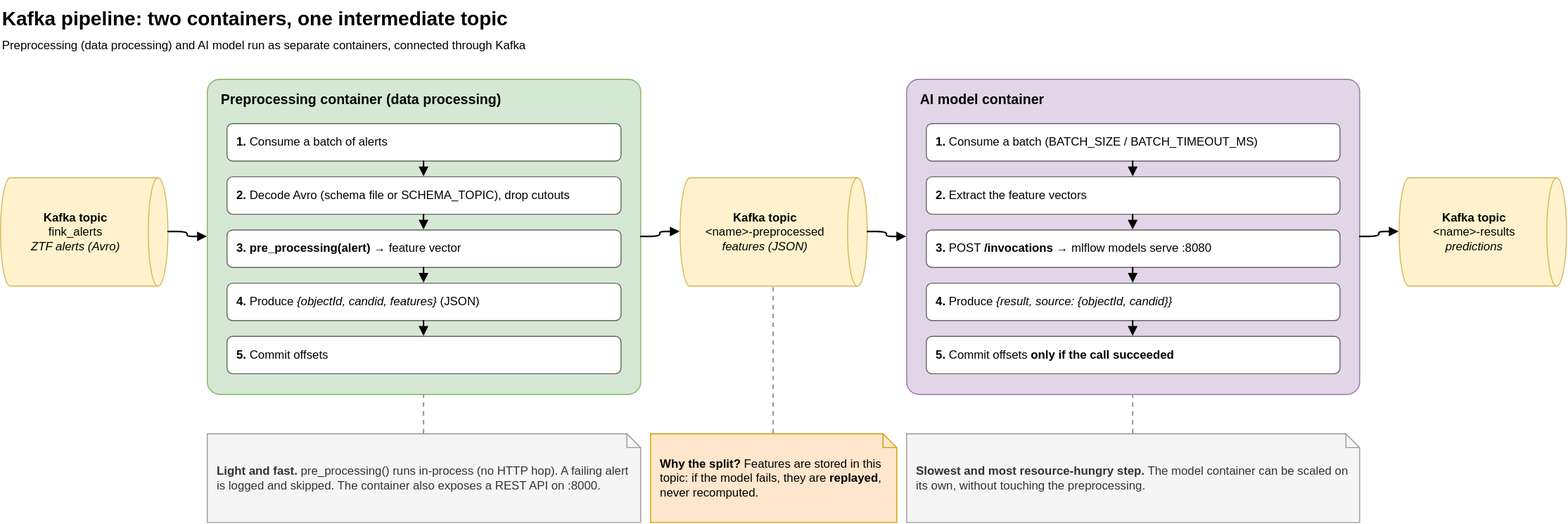
Earlier version of the draw.io export assets/kafka-pipeline.drawio.svg (Farid841/pre_processing-container-generator-from-mlflow). Source tidied: cells renumbered, new cells last; positions are measured from the earlier drawing's top-left corner, leaving out a move shared by most shapes.
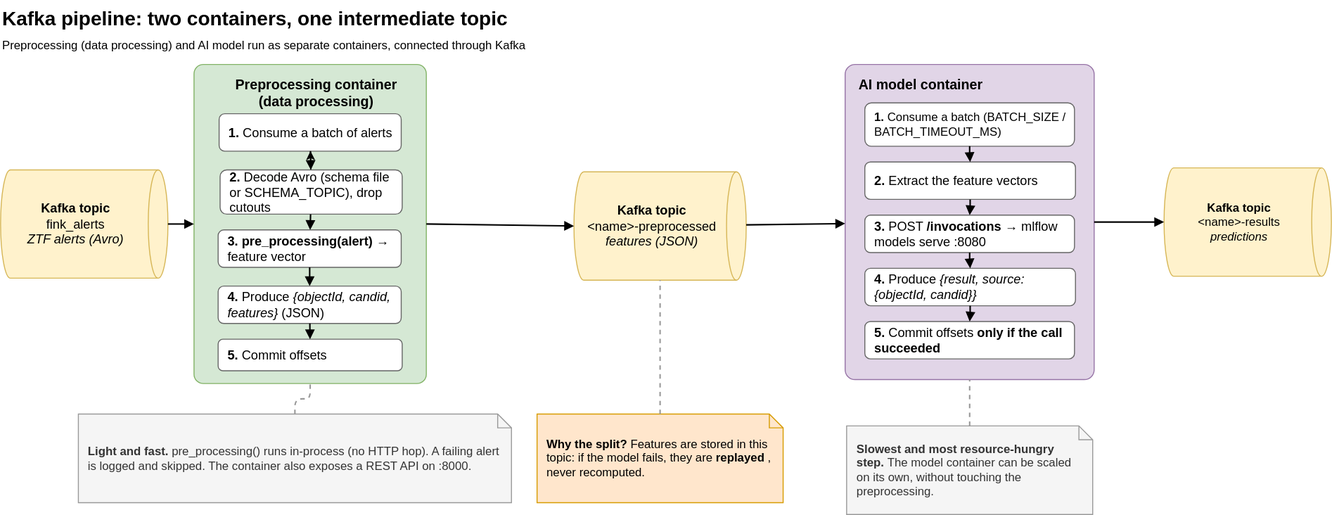
Above is the later version.

Commit message:
update kafka pipeline diagrams

Change to the diagram source:
```diff
@@ -3,97 +3,100 @@
     <mxCell id="0" />
     <mxCell id="1" parent="0" />
     <mxCell id="2" value="&lt;b&gt;Kafka pipeline: two containers, one intermediate topic&lt;/b&gt;&lt;br&gt;&lt;font style=&quot;font-size:12px&quot;&gt;Preprocessing (data processing) and AI model run as separate containers, connected through Kafka&lt;/font&gt;" style="text;html=1;align=left;verticalAlign=middle;fontSize=20;" parent="1" vertex="1">
-      <mxGeometry width="1000" height="60" as="geometry" />
+      <mxGeometry width="606" height="60" as="geometry" />
     </mxCell>
-    <mxCell id="3" value="&lt;b&gt;Kafka topic&lt;/b&gt;&lt;br&gt;fink_alerts&lt;br&gt;&lt;i&gt;ZTF alerts (Avro)&lt;/i&gt;" style="shape=cylinder3;boundedLbl=1;backgroundOutline=1;size=10;direction=south;whiteSpace=wrap;html=1;fontSize=12;align=center;spacingLeft=8;spacingRight=8;fillColor=#fff2cc;strokeColor=#d6b656;" parent="1" vertex="1">
-      <mxGeometry y="180" width="170" height="110" as="geometry" />
+    <mxCell id="3" value="&lt;font style=&quot;font-size: 13px;&quot;&gt;&lt;b&gt;Kafka topic&lt;/b&gt;&lt;br&gt;fink_alerts&lt;br&gt;&lt;i&gt;ZTF alerts (Avro)&lt;/i&gt;&lt;/font&gt;" style="shape=cylinder3;boundedLbl=1;backgroundOutline=1;size=10;direction=south;whiteSpace=wrap;html=1;fontSize=12;align=center;spacingLeft=8;spacingRight=8;fillColor=#fff2cc;strokeColor=#d6b656;" parent="1" vertex="1">
+      <mxGeometry y="172" width="170" height="110" as="geometry" />
     </mxCell>
-    <mxCell id="4" value="Preprocessing container (data processing)" style="rounded=1;arcSize=4;whiteSpace=wrap;html=1;verticalAlign=top;align=left;spacingLeft=12;spacingTop=6;fontStyle=1;fontSize=14;fillColor=#d5e8d4;strokeColor=#82b366;" parent="1" vertex="1">
-      <mxGeometry x="210" y="80" width="440" height="320" as="geometry" />
+    <mxCell id="4" value="Preprocessing container&amp;nbsp;&lt;div&gt;(data processing)&lt;/div&gt;" style="rounded=1;arcSize=4;whiteSpace=wrap;html=1;verticalAlign=top;align=center;spacingLeft=12;spacingTop=6;fontStyle=1;fontSize=14;fillColor=#d5e8d4;strokeColor=#82b366;" parent="1" vertex="1">
+      <mxGeometry x="196.5" y="65" width="236" height="324" as="geometry" />
     </mxCell>
-    <mxCell id="5" value="&lt;b&gt;1.&lt;/b&gt; Consume a batch of alerts" style="rounded=1;whiteSpace=wrap;html=1;fontSize=12;align=left;spacingLeft=8;spacingRight=8;fillColor=#ffffff;strokeColor=#666666;" parent="1" vertex="1">
-      <mxGeometry x="230" y="125" width="400" height="38" as="geometry" />
+    <mxCell id="5" value="&lt;font style=&quot;font-size: 13px;&quot;&gt;&lt;b&gt;1.&lt;/b&gt; Consume a batch of alerts&lt;/font&gt;" style="rounded=1;whiteSpace=wrap;html=1;fontSize=12;align=left;spacingLeft=8;spacingRight=8;fillColor=#ffffff;strokeColor=#666666;" parent="1" vertex="1">
+      <mxGeometry x="222" y="115" width="185" height="38" as="geometry" />
     </mxCell>
+    <mxCell id="36" style="edgeStyle=none;html=1;" parent="1" edge="1" source="6" target="5">
+      <mxGeometry relative="1" as="geometry" />
+    </mxCell>
-    <mxCell id="6" value="&lt;b&gt;2.&lt;/b&gt; Decode Avro (schema file or SCHEMA_TOPIC), drop cutouts" style="rounded=1;whiteSpace=wrap;html=1;fontSize=12;align=left;spacingLeft=8;spacingRight=8;fillColor=#ffffff;strokeColor=#666666;" parent="1" vertex="1">
-      <mxGeometry x="230" y="179" width="400" height="38" as="geometry" />
+    <mxCell id="6" value="&lt;font style=&quot;font-size: 13px;&quot;&gt;&lt;b&gt;2.&lt;/b&gt; Decode Avro (schema file or SCHEMA_TOPIC), drop cutouts&lt;/font&gt;" style="rounded=1;whiteSpace=wrap;html=1;fontSize=12;align=left;spacingLeft=8;spacingRight=8;fillColor=#ffffff;strokeColor=#666666;" parent="1" vertex="1">
+      <mxGeometry x="223" y="172" width="185" height="45" as="geometry" />
     </mxCell>
-    <mxCell id="7" style="edgeStyle=orthogonalEdgeStyle;rounded=1;html=1;endArrow=block;endFill=1;strokeWidth=1.5;fontSize=11;labelBackgroundColor=#ffffff;" parent="1" edge="1" source="5" target="6">
+    <mxCell id="7" style="rounded=1;html=1;endArrow=block;endFill=1;strokeWidth=1.5;fontSize=11;labelBackgroundColor=#ffffff;" parent="1" edge="1" source="5" target="6">
       <mxGeometry relative="1" as="geometry" />
     </mxCell>
-    <mxCell id="8" value="&lt;b&gt;3.&lt;/b&gt; &lt;b&gt;pre_processing(alert)&lt;/b&gt; → feature vector" style="rounded=1;whiteSpace=wrap;html=1;fontSize=12;align=left;spacingLeft=8;spacingRight=8;fillColor=#ffffff;strokeColor=#666666;" parent="1" vertex="1">
-      <mxGeometry x="230" y="233" width="400" height="38" as="geometry" />
+    <mxCell id="8" value="&lt;font style=&quot;font-size: 13px;&quot;&gt;&lt;b&gt;3.&lt;/b&gt; &lt;b&gt;pre_processing(alert)&lt;/b&gt; → feature vector&lt;/font&gt;" style="rounded=1;whiteSpace=wrap;html=1;fontSize=12;align=left;spacingLeft=8;spacingRight=8;fillColor=#ffffff;strokeColor=#666666;" parent="1" vertex="1">
+      <mxGeometry x="221" y="233" width="186" height="38" as="geometry" />
     </mxCell>
-    <mxCell id="9" style="edgeStyle=orthogonalEdgeStyle;rounded=1;html=1;endArrow=block;endFill=1;strokeWidth=1.5;fontSize=11;labelBackgroundColor=#ffffff;" parent="1" edge="1" source="6" target="8">
+    <mxCell id="9" style="rounded=1;html=1;endArrow=block;endFill=1;strokeWidth=1.5;fontSize=11;labelBackgroundColor=#ffffff;" parent="1" edge="1" source="6" target="8">
       <mxGeometry relative="1" as="geometry" />
     </mxCell>
-    <mxCell id="10" value="&lt;b&gt;4.&lt;/b&gt; Produce &lt;i&gt;{objectId, candid, features}&lt;/i&gt; (JSON)" style="rounded=1;whiteSpace=wrap;html=1;fontSize=12;align=left;spacingLeft=8;spacingRight=8;fillColor=#ffffff;strokeColor=#666666;" parent="1" vertex="1">
-      <mxGeometry x="230" y="287" width="400" height="38" as="geometry" />
+    <mxCell id="10" value="&lt;font style=&quot;font-size: 13px;&quot;&gt;&lt;b&gt;4.&lt;/b&gt; Produce &lt;i&gt;{objectId, candid, features}&lt;/i&gt; (JSON)&lt;/font&gt;" style="rounded=1;whiteSpace=wrap;html=1;fontSize=12;align=left;spacingLeft=8;spacingRight=8;fillColor=#ffffff;strokeColor=#666666;" parent="1" vertex="1">
+      <mxGeometry x="221" y="290" width="186" height="38" as="geometry" />
     </mxCell>
-    <mxCell id="11" style="edgeStyle=orthogonalEdgeStyle;rounded=1;html=1;endArrow=block;endFill=1;strokeWidth=1.5;fontSize=11;labelBackgroundColor=#ffffff;" parent="1" edge="1" source="8" target="10">
+    <mxCell id="11" style="rounded=1;html=1;endArrow=block;endFill=1;strokeWidth=1.5;fontSize=11;labelBackgroundColor=#ffffff;" parent="1" edge="1" source="8" target="10">
       <mxGeometry relative="1" as="geometry" />
     </mxCell>
-    <mxCell id="12" value="&lt;b&gt;5.&lt;/b&gt; Commit offsets" style="rounded=1;whiteSpace=wrap;html=1;fontSize=12;align=left;spacingLeft=8;spacingRight=8;fillColor=#ffffff;strokeColor=#666666;" parent="1" vertex="1">
-      <mxGeometry x="230" y="341" width="400" height="38" as="geometry" />
+    <mxCell id="12" value="&lt;font style=&quot;font-size: 13px;&quot;&gt;&lt;b&gt;5.&lt;/b&gt; Commit offsets&lt;/font&gt;" style="rounded=1;whiteSpace=wrap;html=1;fontSize=12;align=left;spacingLeft=8;spacingRight=8;fillColor=#ffffff;strokeColor=#666666;" parent="1" vertex="1">
+      <mxGeometry x="221" y="344" width="187" height="32" as="geometry" />
     </mxCell>
-    <mxCell id="13" style="edgeStyle=orthogonalEdgeStyle;rounded=1;html=1;endArrow=block;endFill=1;strokeWidth=1.5;fontSize=11;labelBackgroundColor=#ffffff;" parent="1" edge="1" source="10" target="12">
+    <mxCell id="13" style="rounded=1;html=1;endArrow=block;endFill=1;strokeWidth=1.5;fontSize=11;labelBackgroundColor=#ffffff;" parent="1" edge="1" source="10" target="12">
       <mxGeometry relative="1" as="geometry" />
     </mxCell>
-    <mxCell id="14" value="&lt;b&gt;Kafka topic&lt;/b&gt;&lt;br&gt;&amp;lt;name&amp;gt;-preprocessed&lt;br&gt;&lt;i&gt;features (JSON)&lt;/i&gt;" style="shape=cylinder3;boundedLbl=1;backgroundOutline=1;size=10;direction=south;whiteSpace=wrap;html=1;fontSize=12;align=center;spacingLeft=8;spacingRight=8;fillColor=#fff2cc;strokeColor=#d6b656;" parent="1" vertex="1">
-      <mxGeometry x="690" y="180" width="190" height="110" as="geometry" />
+    <mxCell id="14" value="&lt;font style=&quot;font-size: 13px;&quot;&gt;&lt;b&gt;Kafka topic&lt;/b&gt;&lt;br&gt;&amp;lt;name&amp;gt;-preprocessed&lt;br&gt;&lt;i&gt;features (JSON)&lt;/i&gt;&lt;/font&gt;" style="shape=cylinder3;boundedLbl=1;backgroundOutline=1;size=10;direction=south;whiteSpace=wrap;html=1;fontSize=12;align=center;spacingLeft=8;spacingRight=8;fillColor=#fff2cc;strokeColor=#d6b656;" parent="1" vertex="1">
+      <mxGeometry x="582.5" y="174" width="175" height="110" as="geometry" />
     </mxCell>
     <mxCell id="15" value="AI model container" style="rounded=1;arcSize=4;whiteSpace=wrap;html=1;verticalAlign=top;align=left;spacingLeft=12;spacingTop=6;fontStyle=1;fontSize=14;fillColor=#e1d5e7;strokeColor=#9673a6;" parent="1" vertex="1">
-      <mxGeometry x="920" y="80" width="460" height="320" as="geometry" />
+      <mxGeometry x="858" y="65" width="253" height="320" as="geometry" />
     </mxCell>
-    <mxCell id="16" value="&lt;b&gt;1.&lt;/b&gt; Consume a batch (BATCH_SIZE / BATCH_TIMEOUT_MS)" style="rounded=1;whiteSpace=wrap;html=1;fontSize=12;align=left;spacingLeft=8;spacingRight=8;fillColor=#ffffff;strokeColor=#666666;" parent="1" vertex="1">
-      <mxGeometry x="940" y="125" width="420" height="38" as="geometry" />
+    <mxCell id="16" value="&lt;font&gt;&lt;b style=&quot;&quot;&gt;1.&lt;/b&gt; Consume a batch (BATCH_SIZE / BATCH_TIMEOUT_MS)&lt;/font&gt;" style="rounded=1;whiteSpace=wrap;html=1;fontSize=12;align=left;spacingLeft=8;spacingRight=8;fillColor=#ffffff;strokeColor=#666666;" parent="1" vertex="1">
+      <mxGeometry x="878" y="104" width="213" height="44" as="geometry" />
     </mxCell>
-    <mxCell id="17" value="&lt;b&gt;2.&lt;/b&gt; Extract the feature vectors" style="rounded=1;whiteSpace=wrap;html=1;fontSize=12;align=left;spacingLeft=8;spacingRight=8;fillColor=#ffffff;strokeColor=#666666;" parent="1" vertex="1">
-      <mxGeometry x="940" y="179" width="420" height="38" as="geometry" />
+    <mxCell id="17" value="&lt;font style=&quot;font-size: 13px;&quot;&gt;&lt;b&gt;2.&lt;/b&gt; Extract the feature vectors&lt;/font&gt;" style="rounded=1;whiteSpace=wrap;html=1;fontSize=12;align=left;spacingLeft=8;spacingRight=8;fillColor=#ffffff;strokeColor=#666666;" parent="1" vertex="1">
+      <mxGeometry x="878" y="164" width="214" height="38" as="geometry" />
     </mxCell>
     <mxCell id="18" style="edgeStyle=orthogonalEdgeStyle;rounded=1;html=1;endArrow=block;endFill=1;strokeWidth=1.5;fontSize=11;labelBackgroundColor=#ffffff;" parent="1" edge="1" source="16" target="17">
       <mxGeometry relative="1" as="geometry" />
     </mxCell>
-    <mxCell id="19" value="&lt;b&gt;3.&lt;/b&gt; POST &lt;b&gt;/invocations&lt;/b&gt; → mlflow models serve :8080" style="rounded=1;whiteSpace=wrap;html=1;fontSize=12;align=left;spacingLeft=8;spacingRight=8;fillColor=#ffffff;strokeColor=#666666;" parent="1" vertex="1">
-      <mxGeometry x="940" y="233" width="420" height="38" as="geometry" />
+    <mxCell id="19" value="&lt;font style=&quot;font-size: 13px;&quot;&gt;&lt;b&gt;3.&lt;/b&gt; POST &lt;b&gt;/invocations&lt;/b&gt; → mlflow models serve :8080&lt;/font&gt;" style="rounded=1;whiteSpace=wrap;html=1;fontSize=12;align=left;spacingLeft=8;spacingRight=8;fillColor=#ffffff;strokeColor=#666666;" parent="1" vertex="1">
+      <mxGeometry x="878" y="218" width="213" height="38" as="geometry" />
     </mxCell>
     <mxCell id="20" style="edgeStyle=orthogonalEdgeStyle;rounded=1;html=1;endArrow=block;endFill=1;strokeWidth=1.5;fontSize=11;labelBackgroundColor=#ffffff;" parent="1" edge="1" source="17" target="19">
       <mxGeometry relative="1" as="geometry" />
     </mxCell>
-    <mxCell id="21" value="&lt;b&gt;4.&lt;/b&gt; Produce &lt;i&gt;{result, source: {objectId, candid}}&lt;/i&gt;" style="rounded=1;whiteSpace=wrap;html=1;fontSize=12;align=left;spacingLeft=8;spacingRight=8;fillColor=#ffffff;strokeColor=#666666;" parent="1" vertex="1">
-      <mxGeometry x="940" y="287" width="420" height="38" as="geometry" />
+    <mxCell id="21" value="&lt;font style=&quot;font-size: 13px;&quot;&gt;&lt;b&gt;4.&lt;/b&gt; Produce &lt;i&gt;{result, source: {objectId, candid}}&lt;/i&gt;&lt;/font&gt;" style="rounded=1;whiteSpace=wrap;html=1;fontSize=12;align=left;spacingLeft=8;spacingRight=8;fillColor=#ffffff;strokeColor=#666666;" parent="1" vertex="1">
+      <mxGeometry x="878" y="272" width="214" height="38" as="geometry" />
     </mxCell>
     <mxCell id="22" style="edgeStyle=orthogonalEdgeStyle;rounded=1;html=1;endArrow=block;endFill=1;strokeWidth=1.5;fontSize=11;labelBackgroundColor=#ffffff;" parent="1" edge="1" source="19" target="21">
       <mxGeometry relative="1" as="geometry" />
     </mxCell>
-    <mxCell id="23" value="&lt;b&gt;5.&lt;/b&gt; Commit offsets &lt;b&gt;only if the call succeeded&lt;/b&gt;" style="rounded=1;whiteSpace=wrap;html=1;fontSize=12;align=left;spacingLeft=8;spacingRight=8;fillColor=#ffffff;strokeColor=#666666;" parent="1" vertex="1">
-      <mxGeometry x="940" y="341" width="420" height="38" as="geometry" />
+    <mxCell id="23" value="&lt;font style=&quot;font-size: 13px;&quot;&gt;&lt;b&gt;5.&lt;/b&gt; Commit offsets &lt;b&gt;only if the call succeeded&lt;/b&gt;&lt;/font&gt;" style="rounded=1;whiteSpace=wrap;html=1;fontSize=12;align=left;spacingLeft=8;spacingRight=8;fillColor=#ffffff;strokeColor=#666666;" parent="1" vertex="1">
+      <mxGeometry x="878" y="326" width="213" height="38" as="geometry" />
     </mxCell>
     <mxCell id="24" style="edgeStyle=orthogonalEdgeStyle;rounded=1;html=1;endArrow=block;endFill=1;strokeWidth=1.5;fontSize=11;labelBackgroundColor=#ffffff;" parent="1" edge="1" source="21" target="23">
       <mxGeometry relative="1" as="geometry" />
     </mxCell>
     <mxCell id="25" value="&lt;b&gt;Kafka topic&lt;/b&gt;&lt;br&gt;&amp;lt;name&amp;gt;-results&lt;br&gt;&lt;i&gt;predictions&lt;/i&gt;" style="shape=cylinder3;boundedLbl=1;backgroundOutline=1;size=10;direction=south;whiteSpace=wrap;html=1;fontSize=12;align=center;spacingLeft=8;spacingRight=8;fillColor=#fff2cc;strokeColor=#d6b656;" parent="1" vertex="1">
-      <mxGeometry x="1420" y="180" width="170" height="110" as="geometry" />
+      <mxGeometry x="1182" y="170" width="170" height="110" as="geometry" />
     </mxCell>
     <mxCell id="26" style="edgeStyle=orthogonalEdgeStyle;rounded=1;html=1;endArrow=block;endFill=1;strokeWidth=1.5;fontSize=11;labelBackgroundColor=#ffffff;" parent="1" edge="1" source="3" target="4">
       <mxGeometry relative="1" as="geometry" />
     </mxCell>
-    <mxCell id="27" style="edgeStyle=orthogonalEdgeStyle;rounded=1;html=1;endArrow=block;endFill=1;strokeWidth=1.5;fontSize=11;labelBackgroundColor=#ffffff;" parent="1" edge="1" source="4" target="14">
+    <mxCell id="27" style="rounded=1;html=1;endArrow=block;endFill=1;strokeWidth=1.5;fontSize=11;labelBackgroundColor=#ffffff;entryX=0.5;entryY=1;entryDx=0;entryDy=0;entryPerimeter=0;exitX=1;exitY=0.5;exitDx=0;exitDy=0;" parent="1" edge="1" source="4" target="14">
       <mxGeometry relative="1" as="geometry" />
     </mxCell>
-    <mxCell id="28" style="edgeStyle=orthogonalEdgeStyle;rounded=1;html=1;endArrow=block;endFill=1;strokeWidth=1.5;fontSize=11;labelBackgroundColor=#ffffff;" parent="1" edge="1" source="14" target="15">
+    <mxCell id="28" style="rounded=1;html=1;endArrow=block;endFill=1;strokeWidth=1.5;fontSize=11;labelBackgroundColor=#ffffff;" parent="1" edge="1" source="14" target="15">
       <mxGeometry relative="1" as="geometry" />
     </mxCell>
     <mxCell id="29" style="edgeStyle=orthogonalEdgeStyle;rounded=1;html=1;endArrow=block;endFill=1;strokeWidth=1.5;fontSize=11;labelBackgroundColor=#ffffff;" parent="1" edge="1" source="15" target="25">
       <mxGeometry relative="1" as="geometry" />
     </mxCell>
     <mxCell id="30" value="&lt;b&gt;Light and fast.&lt;/b&gt; pre_processing() runs in-process (no HTTP hop). A failing alert is logged and skipped. The container also exposes a REST API on :8000." style="shape=note;size=14;whiteSpace=wrap;html=1;fontSize=12;align=left;spacingLeft=8;spacingRight=8;fillColor=#f5f5f5;strokeColor=#999999;fontColor=#333333;" parent="1" vertex="1">
-      <mxGeometry x="210" y="440" width="440" height="90" as="geometry" />
+      <mxGeometry x="79" y="420" width="440" height="90" as="geometry" />
     </mxCell>
     <mxCell id="31" value="&lt;b&gt;Why the split?&lt;/b&gt; Features are stored in this topic: if the model fails, they are &lt;b&gt;replayed&lt;/b&gt;, never recomputed." style="shape=note;size=14;whiteSpace=wrap;html=1;fontSize=12;align=left;spacingLeft=8;spacingRight=8;fillColor=#ffe6cc;strokeColor=#d79b00;" parent="1" vertex="1">
-      <mxGeometry x="660" y="440" width="250" height="90" as="geometry" />
+      <mxGeometry x="545" y="420" width="250" height="90" as="geometry" />
     </mxCell>
     <mxCell id="32" value="&lt;b&gt;Slowest and most resource-hungry step.&lt;/b&gt; The model container can be scaled on its own, without touching the preprocessing." style="shape=note;size=14;whiteSpace=wrap;html=1;fontSize=12;align=left;spacingLeft=8;spacingRight=8;fillColor=#f5f5f5;strokeColor=#999999;fontColor=#333333;" parent="1" vertex="1">
-      <mxGeometry x="920" y="440" width="460" height="90" as="geometry" />
+      <mxGeometry x="859.5" y="432" width="250" height="90" as="geometry" />
     </mxCell>
     <mxCell id="33" style="edgeStyle=orthogonalEdgeStyle;rounded=1;html=1;endArrow=block;endFill=1;strokeWidth=1.5;fontSize=11;labelBackgroundColor=#ffffff;dashed=1;endArrow=none;strokeColor=#999999;" parent="1" edge="1" source="30" target="4">
       <mxGeometry relative="1" as="geometry" />
```
